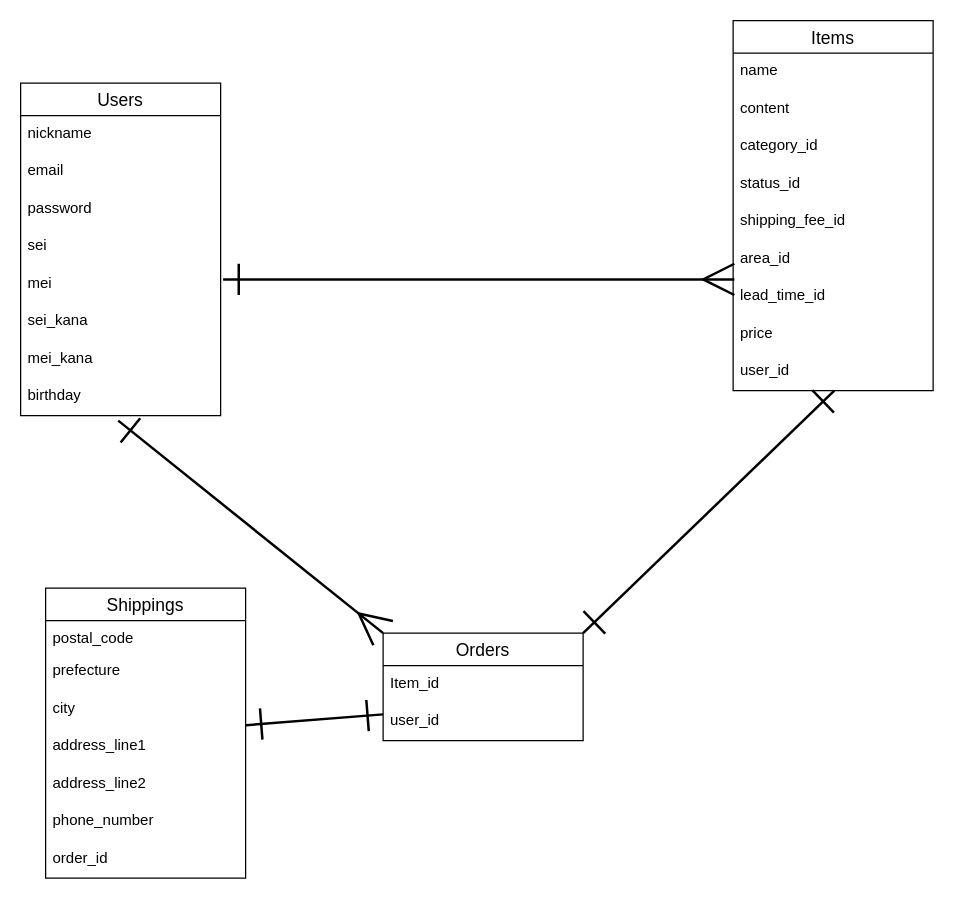
The draw.io diagram DB設計.dio in noir108/furima-39270, before the edit. Source tidied: cells renumbered, new cells numbered last; positions are measured from the earlier drawing's top-left corner, leaving out a move shared by most shapes. Both pictures are drawn from the tidied source at 125%, with x=0, y=0 at pixel (20, 20).
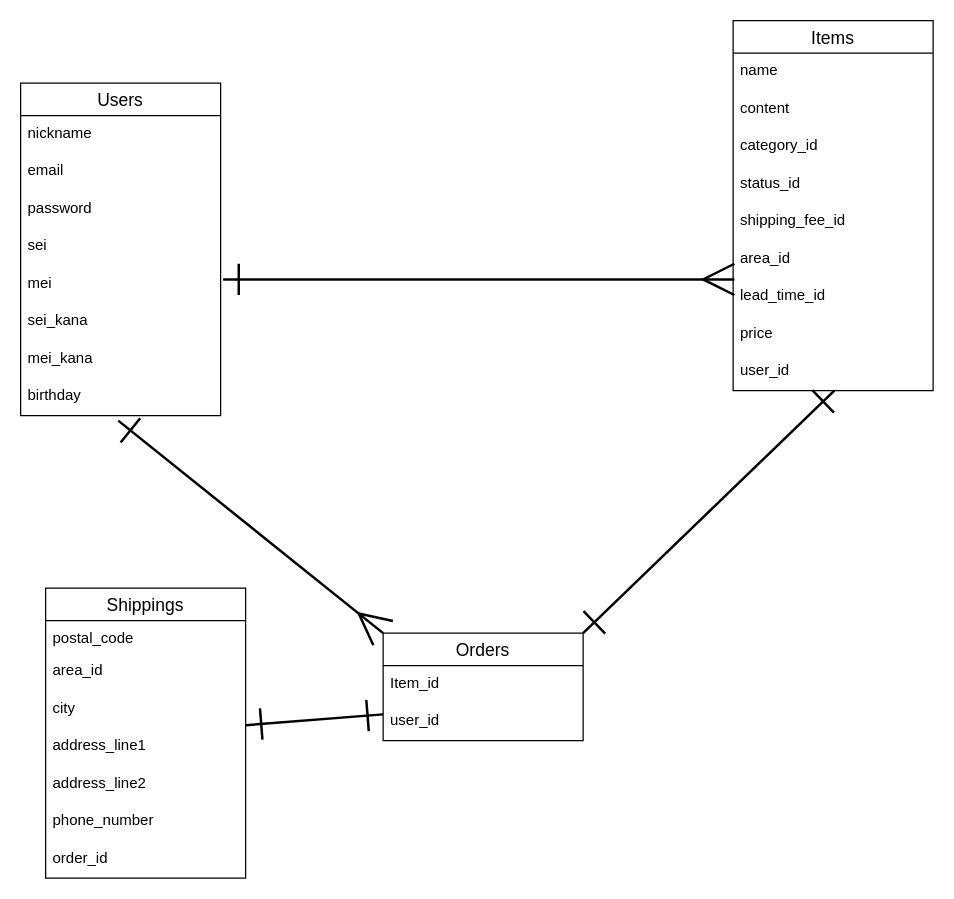
After the change.

Commit message (it also covers changes not shown here):
DBB設計の修正２

Unchanged cells that the change refers to:
```xml
<mxCell id="28" value="Shippings" style="swimlane;fontStyle=0;horizontal=1;startSize=26;align=center;fontSize=14;" parent="1" vertex="1">
  <mxGeometry x="20" y="454" width="160" height="232" as="geometry" />
</mxCell>
```

The edit, as a diff of the source:
```diff
@@
-    <mxCell id="30" value="prefecture" style="text;strokeColor=none;fillColor=none;spacingLeft=4;spacingRight=4;overflow=hidden;fontSize=12;" parent="28" vertex="1">
+    <mxCell id="30" value="area_id" style="text;strokeColor=none;fillColor=none;spacingLeft=4;spacingRight=4;overflow=hidden;fontSize=12;" parent="28" vertex="1">
       <mxGeometry y="52" width="160" height="30" as="geometry" />
     </mxCell>
```
